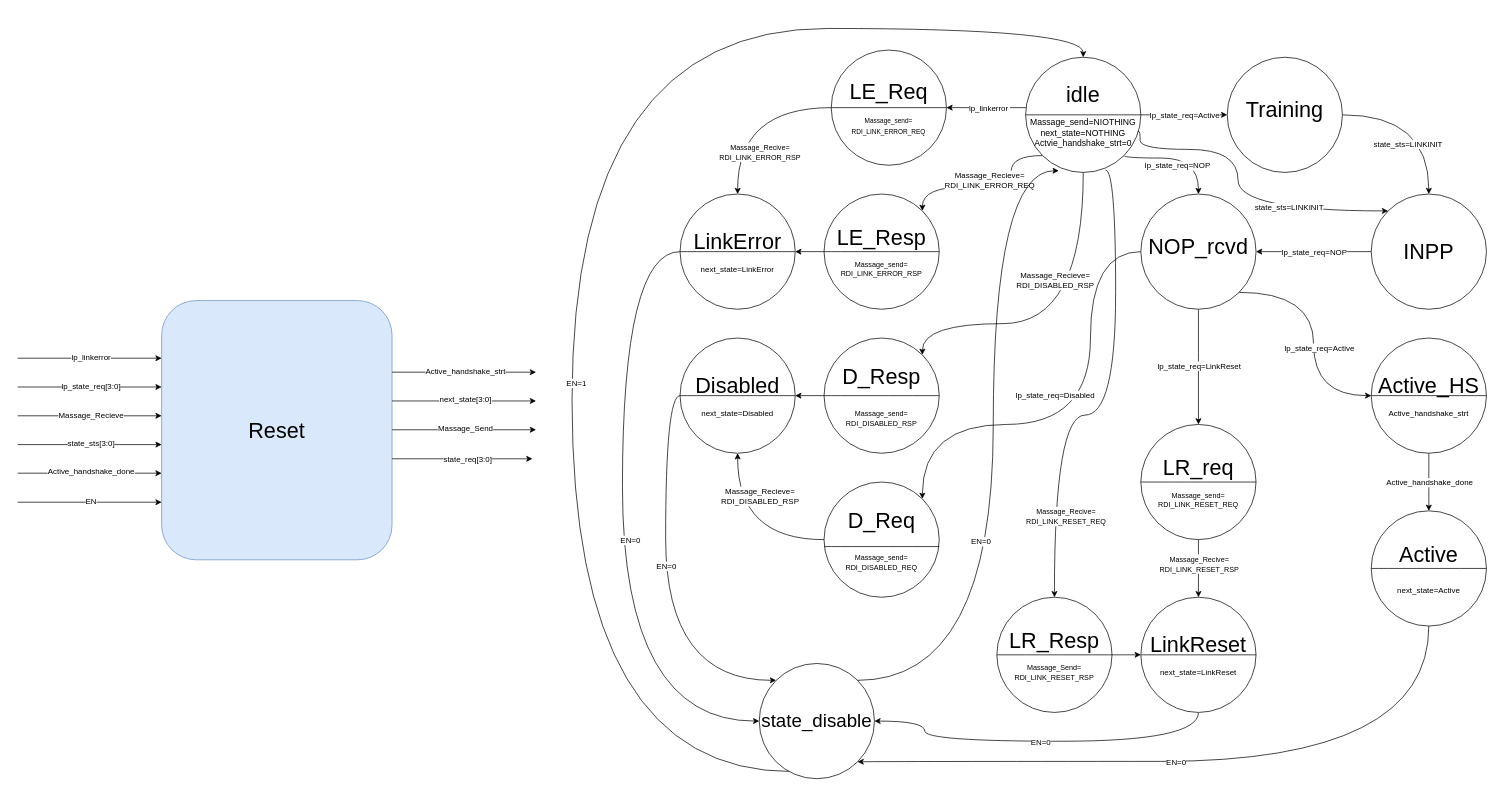
The draw.io diagram page "Reset state" (15 of 23) of docs/SM/RDI_SM/RDI SM.drawio in AbdallahMoSalah/UCIe-3.0-PHY-layer, before the edit. Source tidied: cells renumbered, new cells numbered last; positions are measured from the earlier drawing's top-left corner, leaving out a move shared by most shapes. Both pictures are drawn from the tidied source at 72%, with x=0, y=0 at pixel (17, 28).
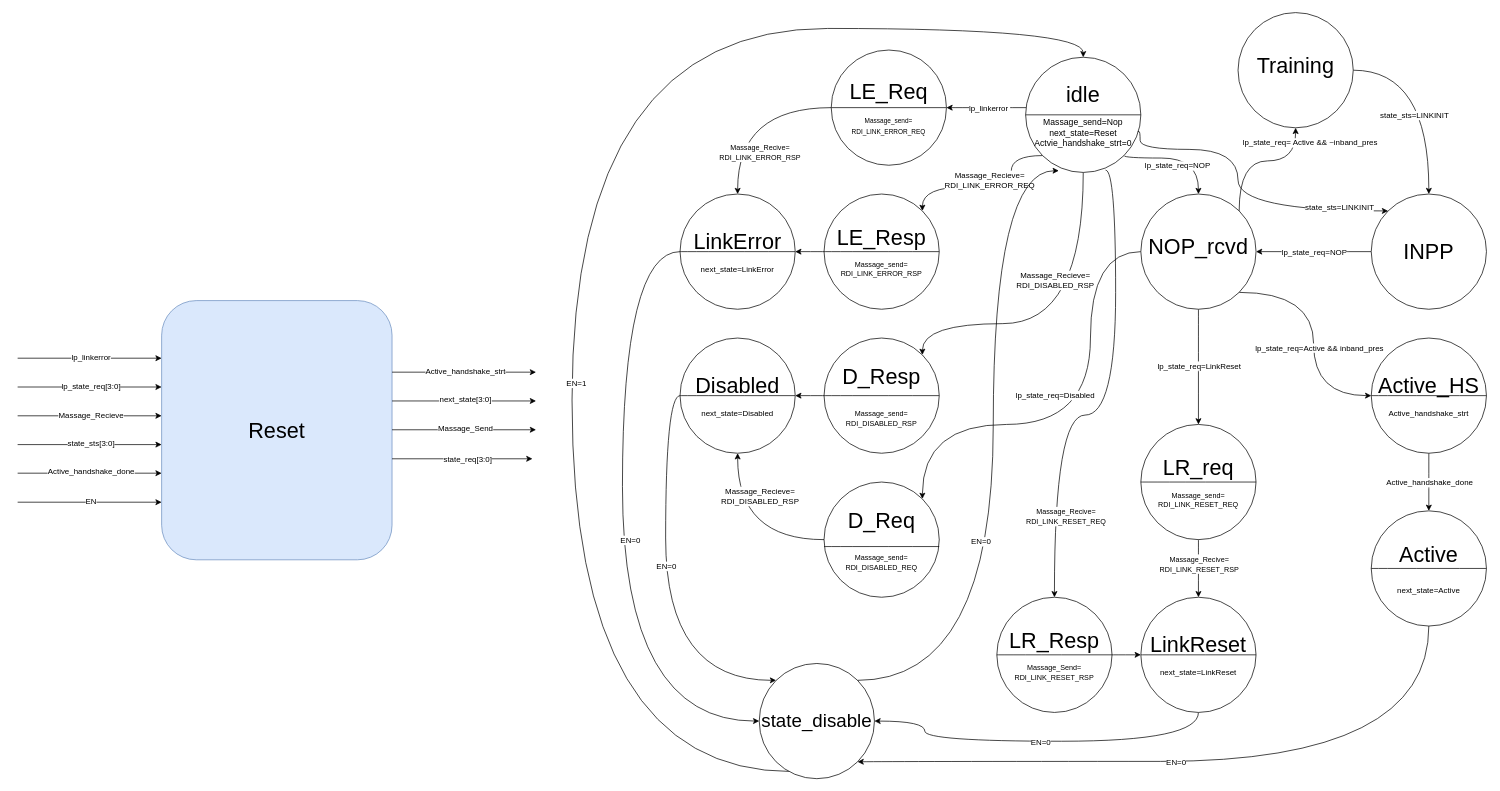
The same page after the edit.

Commit message (it also covers changes not shown here):
issue in reset state fixed

The change refers to these unchanged cells:
```xml
<mxCell id="27" style="edgeStyle=orthogonalEdgeStyle;shape=connector;curved=1;rounded=0;jettySize=auto;html=1;entryX=0;entryY=0.5;entryDx=0;entryDy=0;strokeColor=default;align=center;verticalAlign=middle;fontFamily=Helvetica;fontSize=11;fontColor=default;labelBackgroundColor=default;endArrow=classic;exitX=1;exitY=1;exitDx=0;exitDy=0;" parent="1" edge="1" source="29" target="64">
  <mxGeometry relative="1" as="geometry" />
</mxCell>
<mxCell id="29" value="&lt;span style=&quot;font-size: 30px;&quot;&gt;NOP_rcvd&lt;/span&gt;&lt;div&gt;&lt;br&gt;&lt;/div&gt;" style="ellipse;whiteSpace=wrap;html=1;fontFamily=Helvetica;fontSize=11;fontColor=default;labelBackgroundColor=default;" parent="1" vertex="1">
  <mxGeometry x="1560" y="230" width="160" height="160" as="geometry" />
</mxCell>
<mxCell id="93" style="edgeStyle=orthogonalEdgeStyle;rounded=0;jettySize=auto;html=1;entryX=0;entryY=0;entryDx=0;entryDy=0;curved=1;exitX=0.974;exitY=0.65;exitDx=0;exitDy=0;exitPerimeter=0;" parent="1" edge="1" source="12" target="61">
  <mxGeometry relative="1" as="geometry">
    <Array as="points">
      <mxPoint x="1559" y="143" />
      <mxPoint x="1559" y="168" />
      <mxPoint x="1695" y="168" />
      <mxPoint x="1695" y="253" />
    </Array>
  </mxGeometry>
</mxCell>
```

Change to the diagram source:
```diff
@@
-    <mxCell id="10" style="edgeStyle=orthogonalEdgeStyle;shape=connector;curved=1;rounded=0;jettySize=auto;html=1;exitX=1;exitY=0.5;exitDx=0;exitDy=0;strokeColor=default;align=center;verticalAlign=middle;fontFamily=Helvetica;fontSize=11;fontColor=default;labelBackgroundColor=default;endArrow=classic;" parent="1" edge="1" source="12" target="58">
-      <mxGeometry relative="1" as="geometry" />
-    </mxCell>
-    <mxCell id="11" value="lp_state_req=Active" style="edgeLabel;html=1;align=center;verticalAlign=middle;fontFamily=Helvetica;fontSize=11;fontColor=default;labelBackgroundColor=default;" parent="10" vertex="1">
-      <mxGeometry relative="1" as="geometry" />
-    </mxCell>
-    <mxCell id="12" value="&lt;span style=&quot;font-size: 30px;&quot;&gt;idle&lt;/span&gt;&lt;div&gt;&lt;br&gt;&lt;/div&gt;&lt;div&gt;Massage_send=NIOTHING&lt;/div&gt;&lt;div&gt;next_state=NOTHING&lt;/div&gt;&lt;div&gt;Actvie_handshake_strt=0&lt;/div&gt;" style="ellipse;whiteSpace=wrap;html=1;" parent="1" vertex="1">
+    <mxCell id="12" value="&lt;span style=&quot;font-size: 30px;&quot;&gt;idle&lt;/span&gt;&lt;div&gt;&lt;br&gt;&lt;/div&gt;&lt;div&gt;Massage_send=Nop&lt;/div&gt;&lt;div&gt;next_state=Reset&lt;/div&gt;&lt;div&gt;Actvie_handshake_strt=0&lt;/div&gt;" style="ellipse;whiteSpace=wrap;html=1;" parent="1" vertex="1">
       <mxGeometry x="1400" y="40" width="160" height="160" as="geometry" />
     </mxCell>
@@
-    <mxCell id="28" value="lp_state_req=Active" style="edgeLabel;html=1;align=center;verticalAlign=middle;fontFamily=Helvetica;fontSize=11;fontColor=default;labelBackgroundColor=default;" parent="27" vertex="1">
+    <mxCell id="28" value="lp_state_req=Active &amp;amp;&amp;amp; inband_pres" style="edgeLabel;html=1;align=center;verticalAlign=middle;fontFamily=Helvetica;fontSize=11;fontColor=default;labelBackgroundColor=default;" parent="27" vertex="1">
       <mxGeometry x="0.1" y="7" relative="1" as="geometry" />
     </mxCell>
+    <mxCell id="99" style="edgeStyle=orthogonalEdgeStyle;rounded=0;jettySize=auto;html=1;exitX=1;exitY=0;exitDx=0;exitDy=0;entryX=0.5;entryY=1;entryDx=0;entryDy=0;curved=1;" parent="1" edge="1" source="29" target="58">
+      <mxGeometry relative="1" as="geometry" />
+    </mxCell>
+    <mxCell id="100" value="lp_state_req= Active &amp;amp;&amp;amp; ~inband_pres" style="edgeLabel;html=1;align=center;verticalAlign=middle;" parent="99" vertex="1">
+      <mxGeometry x="0.15" y="2" relative="1" as="geometry">
+        <mxPoint x="56" y="-24" as="offset" />
+      </mxGeometry>
+    </mxCell>
@@
     <mxCell id="58" value="&lt;span style=&quot;font-size: 30px;&quot;&gt;Training&lt;/span&gt;&lt;br&gt;&lt;div&gt;&lt;div&gt;&lt;br&gt;&lt;/div&gt;&lt;/div&gt;" style="ellipse;whiteSpace=wrap;html=1;fontFamily=Helvetica;fontSize=11;fontColor=default;labelBackgroundColor=default;" parent="1" vertex="1">
-      <mxGeometry x="1680" y="40" width="160" height="160" as="geometry" />
+      <mxGeometry x="1695" y="-22" width="160" height="160" as="geometry" />
     </mxCell>
@@
     <mxCell id="94" value="state_sts=LINKINIT" style="edgeLabel;html=1;align=center;verticalAlign=middle;" parent="93" vertex="1">
       <mxGeometry x="0.09" y="14" relative="1" as="geometry">
-        <mxPoint x="56" y="-4" as="offset" />
+        <mxPoint x="126" y="-4" as="offset" />
       </mxGeometry>
     </mxCell>
```
